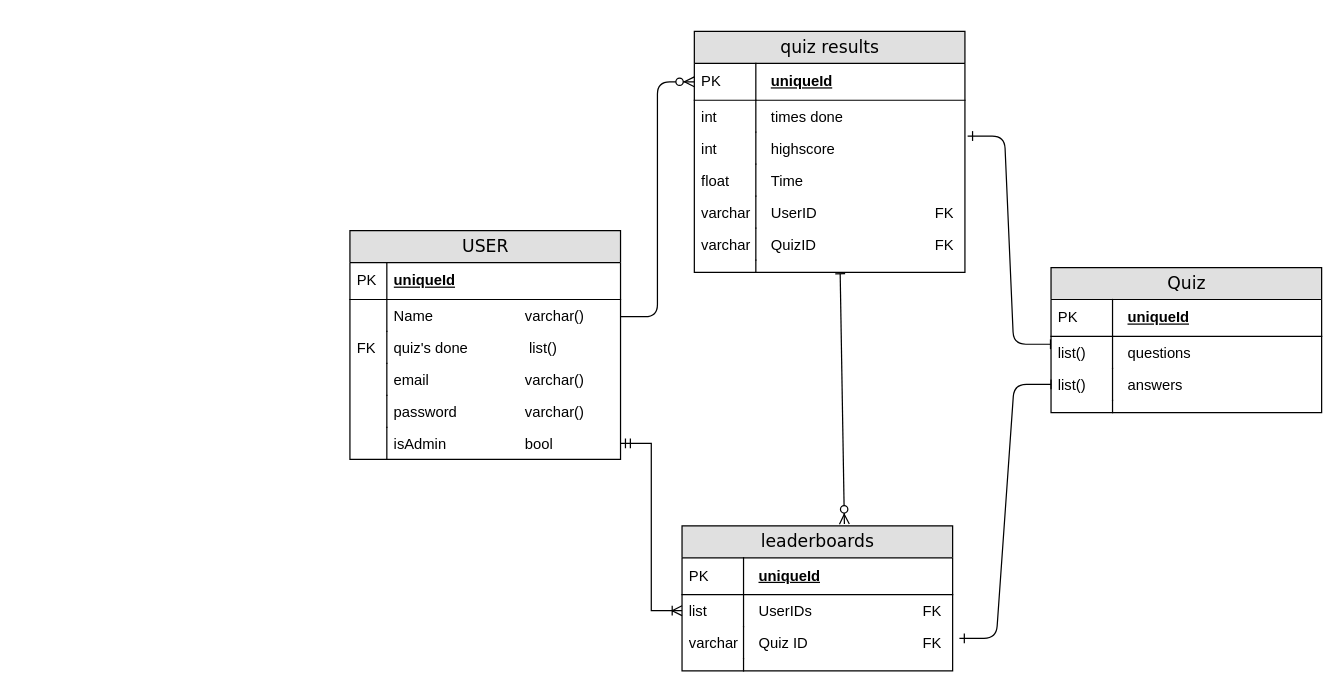
The draw.io diagram smarties erd.drawio in DontCloneBasil/Project-smarties, before the edit. Source tidied: cells renumbered, new cells numbered last; positions are measured from the earlier drawing's top-left corner, leaving out a move shared by most shapes. Both pictures are drawn from the tidied source at 123%, with x=0, y=0 at pixel (349, 31).
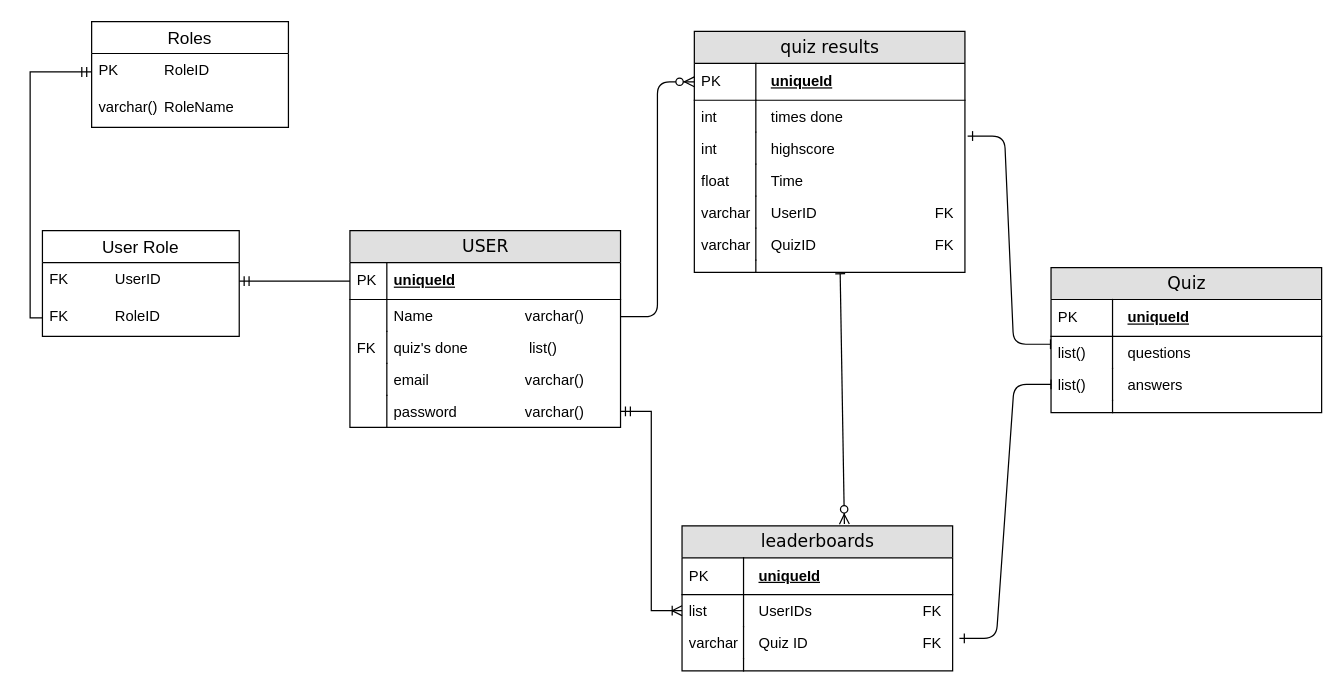
After the change.

Unchanged cells that the change refers to:
```xml
<mxCell id="18" value="uniqueId" style="shape=partialRectangle;top=0;left=0;right=0;bottom=1;html=1;align=left;verticalAlign=middle;fillColor=none;spacingLeft=34;spacingRight=4;whiteSpace=wrap;overflow=hidden;points=[[0,0.5],[1,0.5]];portConstraint=eastwest;fontStyle=5;" parent="17" vertex="1">
  <mxGeometry y="26" width="220" height="30" as="geometry" />
</mxCell>
<mxCell id="26" value="password&lt;span style=&quot;white-space: pre;&quot;&gt;&#9;&lt;/span&gt;&lt;span style=&quot;white-space: pre;&quot;&gt;&#9;&lt;/span&gt;&lt;span style=&quot;white-space: pre;&quot;&gt;&#9;&lt;/span&gt;varchar()" style="shape=partialRectangle;top=0;left=0;right=0;bottom=0;html=1;align=left;verticalAlign=top;fillColor=none;spacingLeft=34;spacingRight=4;whiteSpace=wrap;overflow=hidden;points=[[0,0.5],[1,0.5]];portConstraint=eastwest;" parent="17" vertex="1">
  <mxGeometry y="134" width="220" height="26" as="geometry" />
</mxCell>
<mxCell id="34" value="&lt;span style=&quot;white-space: pre;&quot;&gt;&#9;&lt;/span&gt;UserIDs&lt;span style=&quot;white-space: pre;&quot;&gt;&#9;&lt;/span&gt;&lt;span style=&quot;white-space: pre;&quot;&gt;&#9;&lt;/span&gt;&lt;span style=&quot;white-space: pre;&quot;&gt;&#9;&lt;/span&gt;&lt;span style=&quot;white-space: pre;&quot;&gt;&#9;&lt;/span&gt;FK" style="shape=partialRectangle;top=0;left=0;right=0;bottom=0;html=1;align=left;verticalAlign=top;fillColor=none;spacingLeft=34;spacingRight=4;whiteSpace=wrap;overflow=hidden;points=[[0,0.5],[1,0.5]];portConstraint=eastwest;" parent="31" vertex="1">
  <mxGeometry y="56" width="220" height="26" as="geometry" />
</mxCell>
```

Diff of the diagram source:
```diff
@@
     <mxCell id="17" value="USER" style="swimlane;html=1;fontStyle=0;horizontal=1;startSize=26;fillColor=#e0e0e0;swimlaneFillColor=#ffffff;align=center;rounded=0;shadow=0;comic=0;labelBackgroundColor=none;strokeWidth=1;fontFamily=Verdana;fontSize=14;" parent="1" vertex="1">
-      <mxGeometry y="162" width="220" height="186" as="geometry" />
+      <mxGeometry y="162" width="220" height="160" as="geometry" />
     </mxCell>
@@
-    <mxCell id="28" value="isAdmin&lt;span style=&quot;white-space: pre;&quot;&gt;&#9;&lt;/span&gt;&lt;span style=&quot;white-space: pre;&quot;&gt;&#9;&lt;/span&gt;&lt;span style=&quot;white-space: pre;&quot;&gt;&#9;&lt;/span&gt;bool" style="shape=partialRectangle;top=0;left=0;right=0;bottom=0;html=1;align=left;verticalAlign=top;fillColor=none;spacingLeft=34;spacingRight=4;whiteSpace=wrap;overflow=hidden;points=[[0,0.5],[1,0.5]];portConstraint=eastwest;" parent="17" vertex="1">
-      <mxGeometry y="160" width="220" height="26" as="geometry" />
-    </mxCell>
-    <mxCell id="29" style="shape=partialRectangle;top=0;left=0;bottom=0;html=1;fillColor=none;align=left;verticalAlign=top;spacingLeft=4;spacingRight=4;whiteSpace=wrap;overflow=hidden;" parent="28" vertex="1">
-      <mxGeometry width="30" height="26" as="geometry" />
-    </mxCell>
@@
-    <mxCell id="52" style="edgeStyle=orthogonalEdgeStyle;fontSize=12;html=1;endArrow=ERoneToMany;startArrow=ERmandOne;rounded=0;exitX=1;exitY=0.5;exitDx=0;exitDy=0;entryX=0;entryY=0.5;entryDx=0;entryDy=0;" parent="1" edge="1" source="28" target="34">
+    <mxCell id="52" style="edgeStyle=orthogonalEdgeStyle;fontSize=12;html=1;endArrow=ERoneToMany;startArrow=ERmandOne;rounded=0;exitX=1;exitY=0.5;exitDx=0;exitDy=0;entryX=0;entryY=0.5;entryDx=0;entryDy=0;" parent="1" edge="1" source="26" target="34">
       <mxGeometry relative="1" as="geometry" />
     </mxCell>
+    <mxCell id="53" value="User Role" style="swimlane;fontStyle=0;horizontal=1;startSize=26;align=center;fontSize=14;" parent="1" vertex="1">
+      <mxGeometry x="-250" y="162" width="160" height="86" as="geometry" />
+    </mxCell>
+    <mxCell id="54" value="FK&amp;nbsp;&lt;span style=&quot;white-space: pre;&quot;&gt;&#9;&lt;/span&gt;&lt;span style=&quot;white-space: pre;&quot;&gt;&#9;&lt;/span&gt;UserID" style="text;strokeColor=none;fillColor=none;spacingLeft=4;spacingRight=4;overflow=hidden;points=[[0,0.5],[1,0.5]];portConstraint=eastwest;fontSize=12;whiteSpace=wrap;html=1;" parent="53" vertex="1">
+      <mxGeometry y="26" width="160" height="30" as="geometry" />
+    </mxCell>
+    <mxCell id="55" value="FK&lt;span style=&quot;white-space: pre;&quot;&gt;&#9;&lt;/span&gt;&lt;span style=&quot;white-space: pre;&quot;&gt;&#9;&lt;/span&gt;RoleID" style="text;strokeColor=none;fillColor=none;spacingLeft=4;spacingRight=4;overflow=hidden;points=[[0,0.5],[1,0.5]];portConstraint=eastwest;fontSize=12;whiteSpace=wrap;html=1;" parent="53" vertex="1">
+      <mxGeometry y="56" width="160" height="30" as="geometry" />
+    </mxCell>
+    <mxCell id="56" value="Roles" style="swimlane;fontStyle=0;horizontal=1;startSize=26;align=center;fontSize=14;" parent="1" vertex="1">
+      <mxGeometry x="-210" y="-8" width="160" height="86" as="geometry" />
+    </mxCell>
+    <mxCell id="57" value="PK&lt;span style=&quot;white-space: pre;&quot;&gt;&#9;&lt;/span&gt;&lt;span style=&quot;white-space: pre;&quot;&gt;&#9;&lt;/span&gt;RoleID" style="text;strokeColor=none;fillColor=none;spacingLeft=4;spacingRight=4;overflow=hidden;points=[[0,0.5],[1,0.5]];portConstraint=eastwest;fontSize=12;whiteSpace=wrap;html=1;" parent="56" vertex="1">
+      <mxGeometry y="26" width="160" height="30" as="geometry" />
+    </mxCell>
+    <mxCell id="58" value="varchar()&lt;span style=&quot;white-space: pre;&quot;&gt;&#9;&lt;/span&gt;RoleName" style="text;strokeColor=none;fillColor=none;spacingLeft=4;spacingRight=4;overflow=hidden;fontSize=12;whiteSpace=wrap;html=1;" parent="56" vertex="1">
+      <mxGeometry y="56" width="160" height="30" as="geometry" />
+    </mxCell>
+    <mxCell id="59" style="edgeStyle=entityRelationEdgeStyle;fontSize=12;html=1;endArrow=ERmandOne;rounded=0;exitX=0;exitY=0.5;exitDx=0;exitDy=0;entryX=1;entryY=0.5;entryDx=0;entryDy=0;" parent="1" edge="1" source="18" target="54">
+      <mxGeometry relative="1" as="geometry" />
+    </mxCell>
+    <mxCell id="60" style="edgeStyle=orthogonalEdgeStyle;fontSize=12;html=1;endArrow=ERmandOne;rounded=0;exitX=0;exitY=0.5;exitDx=0;exitDy=0;entryX=0;entryY=0.5;entryDx=0;entryDy=0;" parent="1" edge="1" source="55" target="57">
+      <mxGeometry relative="1" as="geometry" />
+    </mxCell>
```
